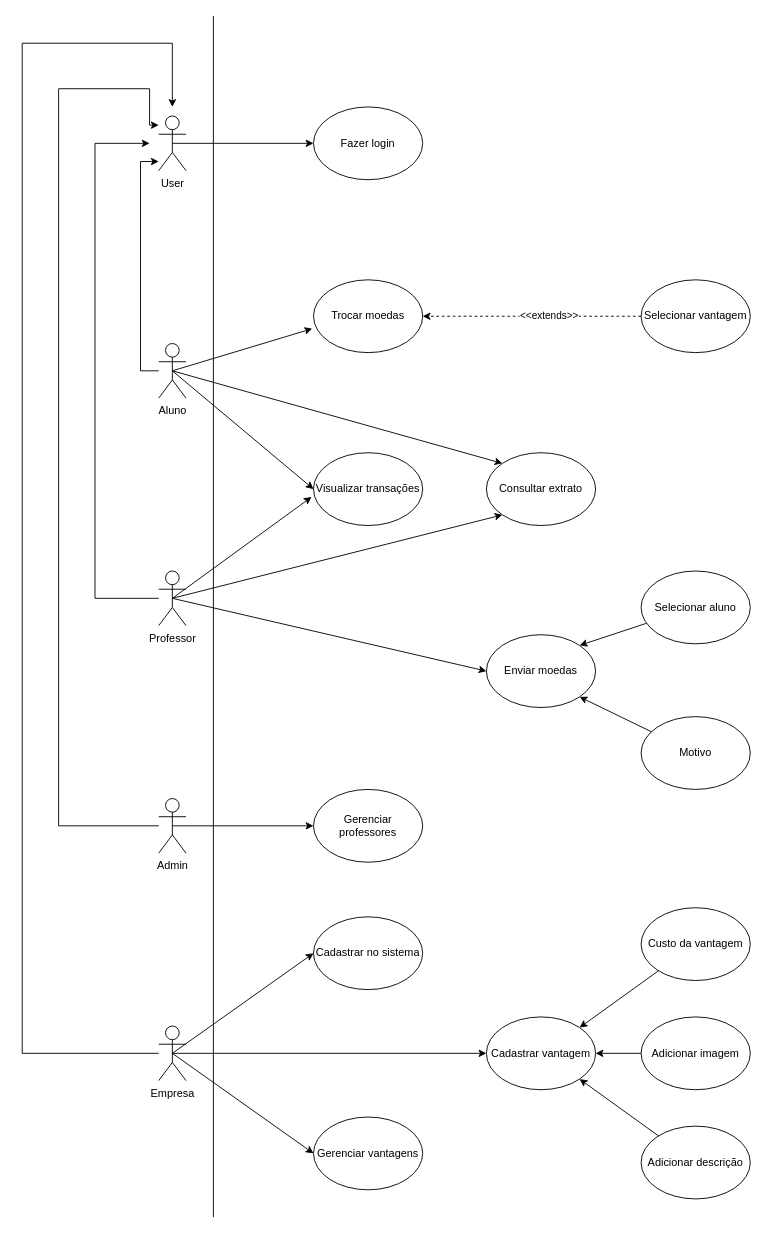
PUCMG-2023-02-LDS-G3/Laboratorio-03 keeps this draw.io diagram as projeto/Casos de uso/Diagrama_Caso_de_Uso.drawio. Above is the earlier version. Source tidied: cells renumbered, new cells numbered last; positions are measured from the earlier drawing's top-left corner, leaving out a move shared by most shapes. Both pictures are drawn from the tidied source at 91%, with x=0, y=0 at pixel (22, 15).
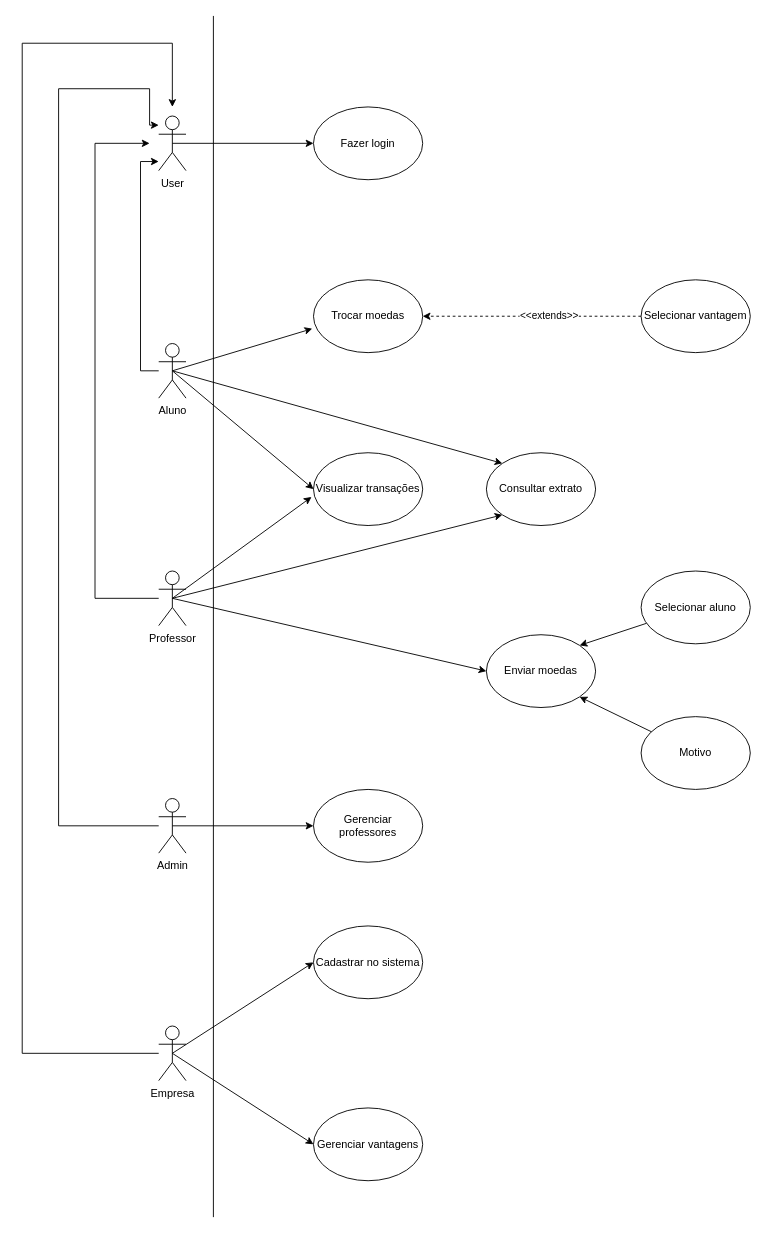
The same page after the edit.

The change refers to these unchanged cells:
```xml
<mxCell id="20" value="Empresa" style="shape=umlActor;verticalLabelPosition=bottom;verticalAlign=top;html=1;outlineConnect=0;" parent="1" vertex="1">
  <mxGeometry x="149.9" y="1110" width="30" height="60" as="geometry" />
</mxCell>
```

Diff of the diagram source:
```diff
@@
-    <mxCell id="17" style="rounded=0;jettySize=auto;html=1;entryX=0;entryY=0.5;entryDx=0;entryDy=0;exitX=0.5;exitY=0.5;exitDx=0;exitDy=0;exitPerimeter=0;" parent="1" edge="1" source="20" target="36">
-      <mxGeometry relative="1" as="geometry" />
-    </mxCell>
@@
     <mxCell id="35" value="Cadastrar no sistema" style="ellipse;whiteSpace=wrap;html=1;" parent="1" vertex="1">
-      <mxGeometry x="320" y="990" width="120" height="80" as="geometry" />
+      <mxGeometry x="320" y="1000" width="120" height="80" as="geometry" />
     </mxCell>
-    <mxCell id="36" value="Cadastrar vantagem" style="ellipse;whiteSpace=wrap;html=1;" parent="1" vertex="1">
-      <mxGeometry x="510" y="1100" width="120" height="80" as="geometry" />
-    </mxCell>
     <mxCell id="37" value="Gerenciar vantagens" style="ellipse;whiteSpace=wrap;html=1;" parent="1" vertex="1">
-      <mxGeometry x="320" y="1210" width="120" height="80" as="geometry" />
+      <mxGeometry x="320" y="1200" width="120" height="80" as="geometry" />
     </mxCell>
-    <mxCell id="38" style="rounded=0;jettySize=auto;html=1;entryX=1;entryY=0;entryDx=0;entryDy=0;" parent="1" edge="1" source="39" target="36">
-      <mxGeometry relative="1" as="geometry" />
-    </mxCell>
-    <mxCell id="39" value="Custo da vantagem" style="ellipse;whiteSpace=wrap;html=1;" parent="1" vertex="1">
-      <mxGeometry x="680" y="980" width="120" height="80" as="geometry" />
-    </mxCell>
-    <mxCell id="40" style="rounded=0;jettySize=auto;html=1;entryX=1;entryY=0.5;entryDx=0;entryDy=0;" parent="1" edge="1" source="41" target="36">
-      <mxGeometry relative="1" as="geometry" />
-    </mxCell>
-    <mxCell id="41" value="Adicionar imagem" style="ellipse;whiteSpace=wrap;html=1;" parent="1" vertex="1">
-      <mxGeometry x="680" y="1100" width="120" height="80" as="geometry" />
-    </mxCell>
-    <mxCell id="42" value="Adicionar descrição" style="ellipse;whiteSpace=wrap;html=1;" parent="1" vertex="1">
-      <mxGeometry x="680" y="1220" width="120" height="80" as="geometry" />
-    </mxCell>
-    <mxCell id="43" style="rounded=0;jettySize=auto;html=1;entryX=1;entryY=1;entryDx=0;entryDy=0;" parent="1" edge="1" source="42" target="36">
-      <mxGeometry relative="1" as="geometry" />
-    </mxCell>
```
